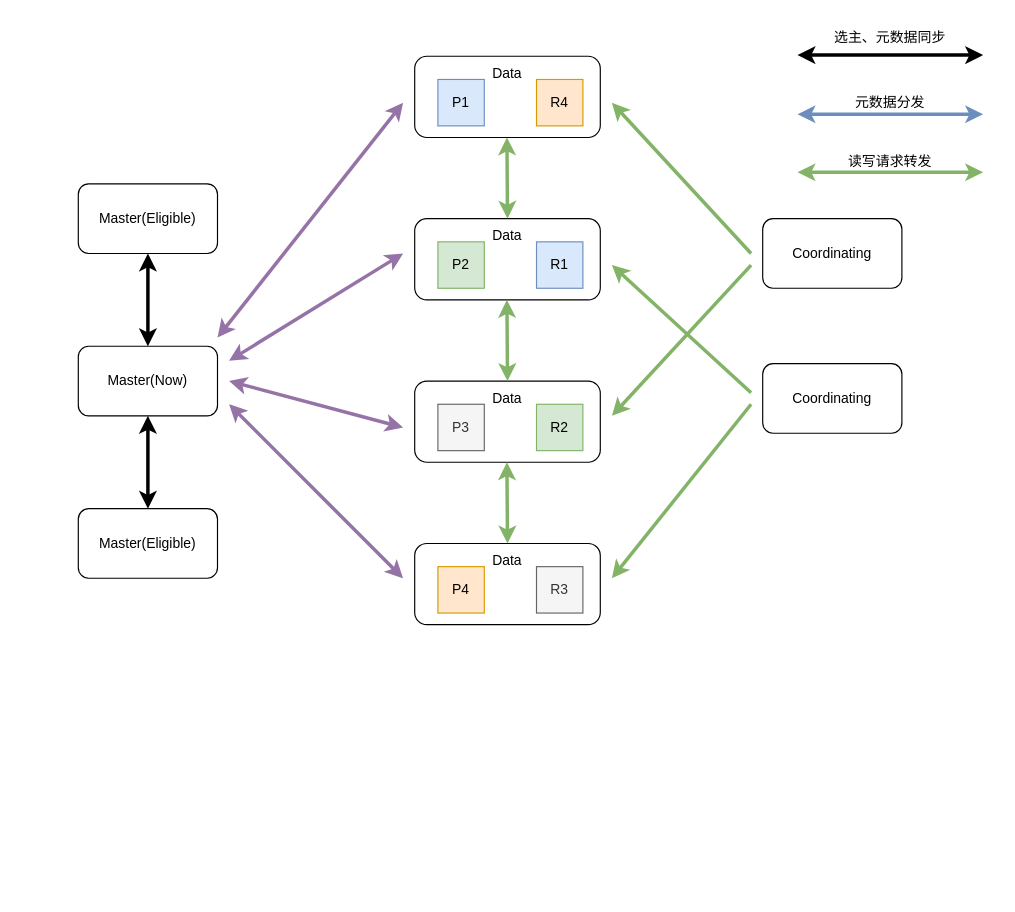
kingskipper/design keeps this draw.io diagram as elasticsearch/cubefs/es_node.drawio. Above is the earlier version. Source tidied: cells renumbered, new cells numbered last; positions are measured from the earlier drawing's top-left corner, leaving out a move shared by most shapes. Both pictures are drawn from the tidied source at 116%, with x=0, y=0 at pixel (78, 20).
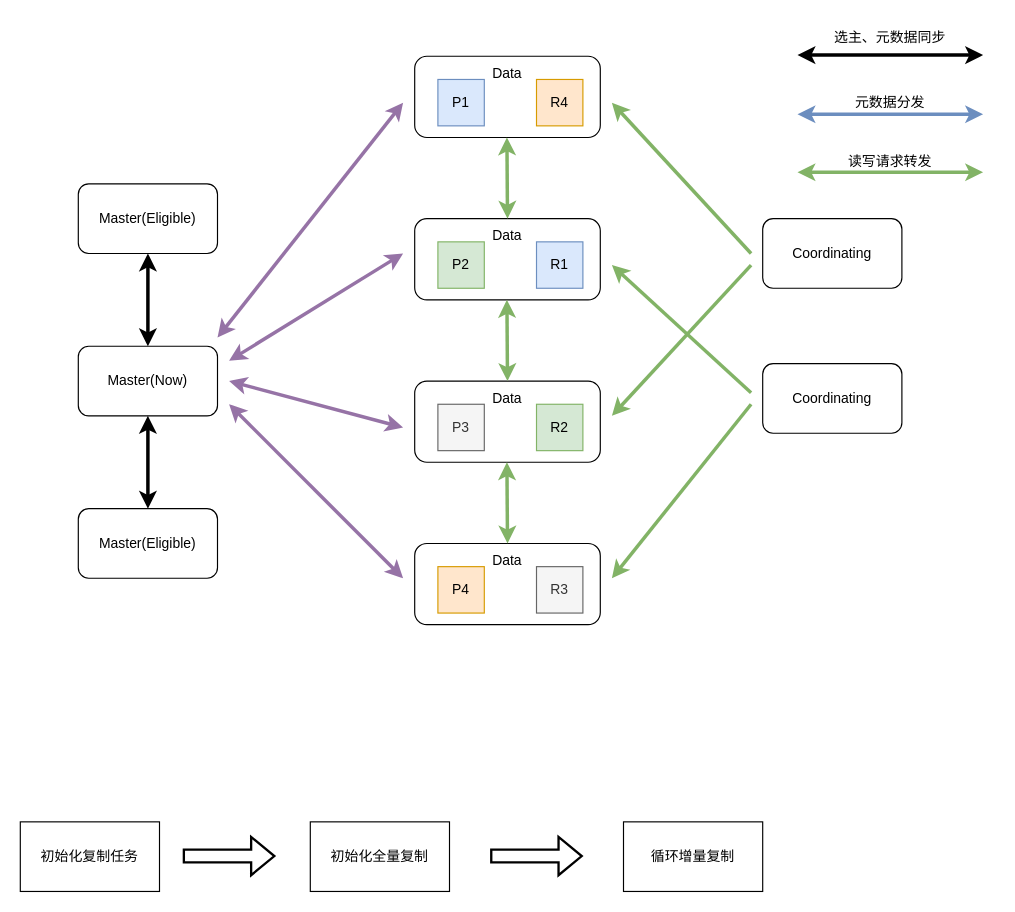
The same diagram, later.

Diff of the diagram source:
```diff
@@
+    <mxCell id="42" value="初始化复制任务" style="rounded=0;whiteSpace=wrap;html=1;" parent="1" vertex="1">
+      <mxGeometry x="-50" y="691" width="120" height="60" as="geometry" />
+    </mxCell>
+    <mxCell id="43" value="初始化全量复制" style="rounded=0;whiteSpace=wrap;html=1;" parent="1" vertex="1">
+      <mxGeometry x="200" y="691" width="120" height="60" as="geometry" />
+    </mxCell>
+    <mxCell id="44" value="循环增量复制" style="rounded=0;whiteSpace=wrap;html=1;" parent="1" vertex="1">
+      <mxGeometry x="470" y="691" width="120" height="60" as="geometry" />
+    </mxCell>
+    <mxCell id="45" style="shape=flexArrow;endArrow=classic;html=1;rounded=0;strokeWidth=2;" parent="1" edge="1">
+      <mxGeometry relative="1" as="geometry">
+        <mxPoint x="90" y="720.5" as="sourcePoint" />
+        <mxPoint x="170" y="720.5" as="targetPoint" />
+      </mxGeometry>
+    </mxCell>
+    <mxCell id="46" style="shape=flexArrow;endArrow=classic;html=1;rounded=0;strokeWidth=2;" parent="1" edge="1">
+      <mxGeometry relative="1" as="geometry">
+        <mxPoint x="355" y="720.5" as="sourcePoint" />
+        <mxPoint x="435" y="720.5" as="targetPoint" />
+      </mxGeometry>
+    </mxCell>
```
